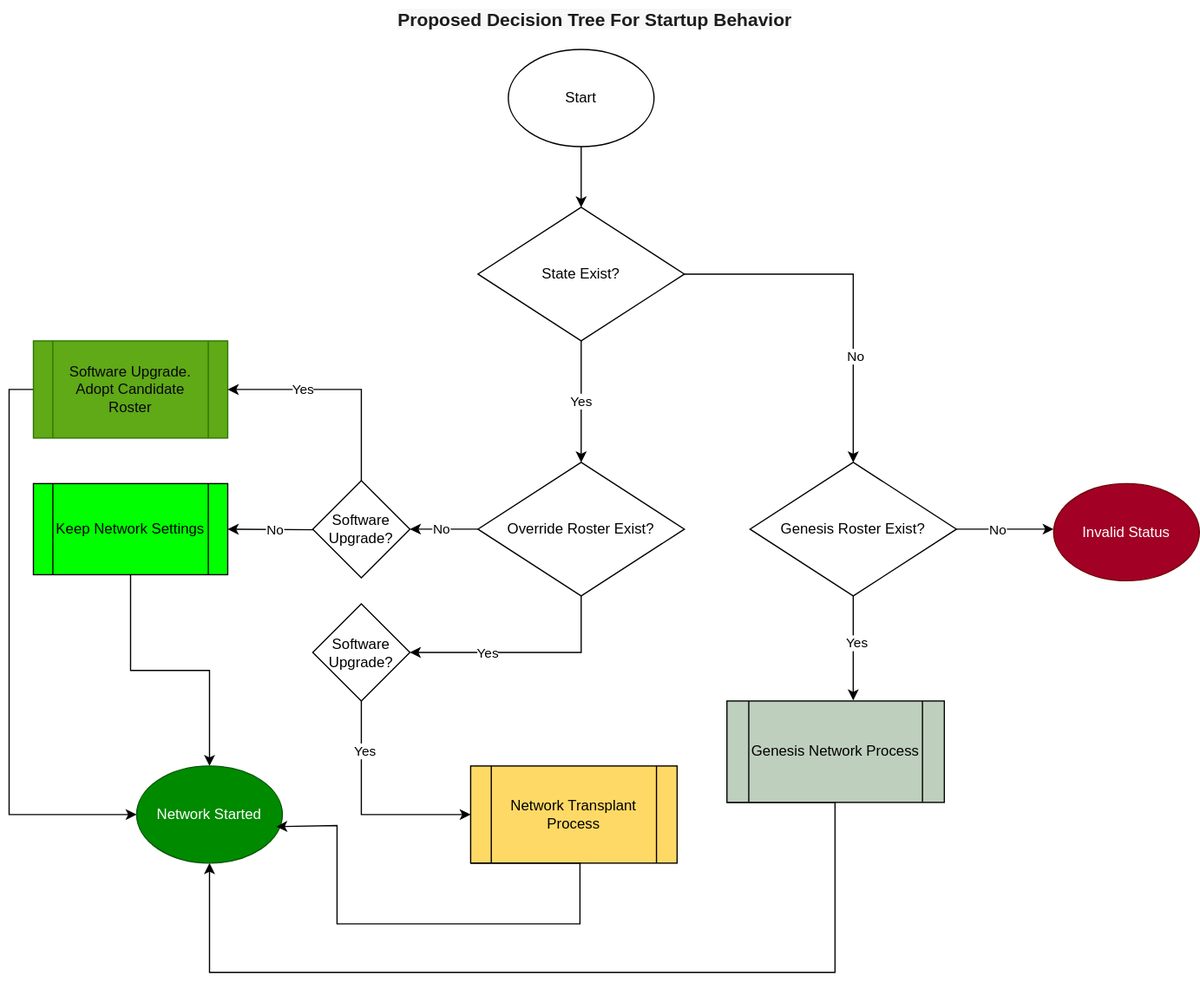
The draw.io diagram platform-sdk/docs/proposals/001-tss-rosters-design-proposal/TSS Roster Lifecycle-Proposed Startup Behavior.drawio.svg in hashgraph/hedera-services, before a commit. Source tidied: cells renumbered, new cells last; positions are measured from the earlier drawing's top-left corner, leaving out a move shared by most shapes.
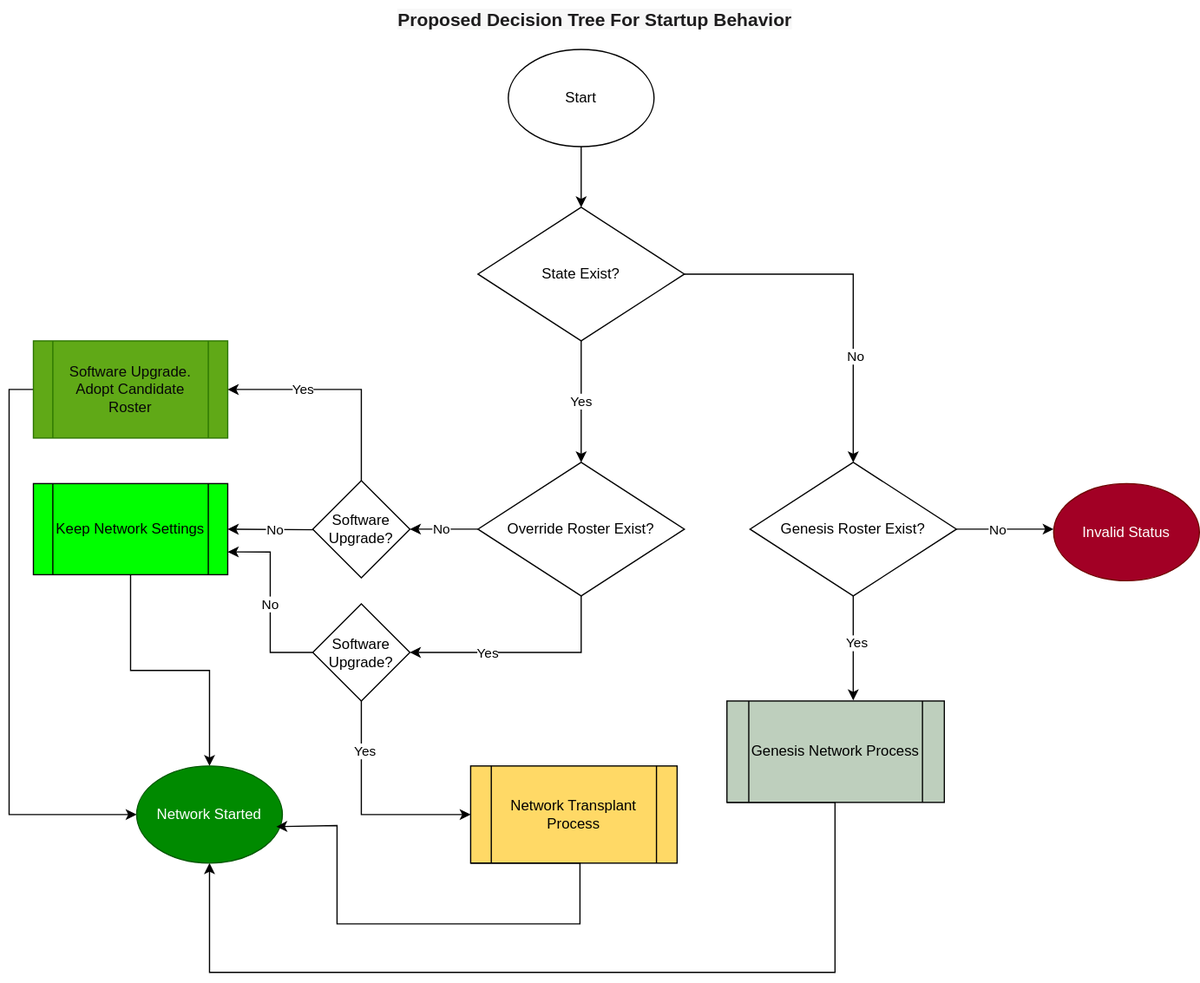
After the commit.

Commit message:
override roster+upgrade

The edit, as a diff of the source:
```diff
@@ -135,6 +135,14 @@
         <mxPoint y="1" as="offset" />
       </mxGeometry>
     </mxCell>
+    <mxCell id="37" style="edgeStyle=orthogonalEdgeStyle;rounded=0;jettySize=auto;html=1;exitX=0;exitY=0.5;exitDx=0;exitDy=0;entryX=1;entryY=0.75;entryDx=0;entryDy=0;" parent="1" edge="1" source="36" target="15">
+      <mxGeometry relative="1" as="geometry" />
+    </mxCell>
+    <mxCell id="38" value="No" style="edgeLabel;html=1;align=center;verticalAlign=middle;" parent="37" vertex="1">
+      <mxGeometry x="-0.01" y="1" relative="1" as="geometry">
+        <mxPoint y="1" as="offset" />
+      </mxGeometry>
+    </mxCell>
     <mxCell id="36" value="Software Upgrade?" style="rhombus;whiteSpace=wrap;html=1;" parent="1" vertex="1">
       <mxGeometry x="250" y="496.5" width="80" height="80" as="geometry" />
     </mxCell>
```
